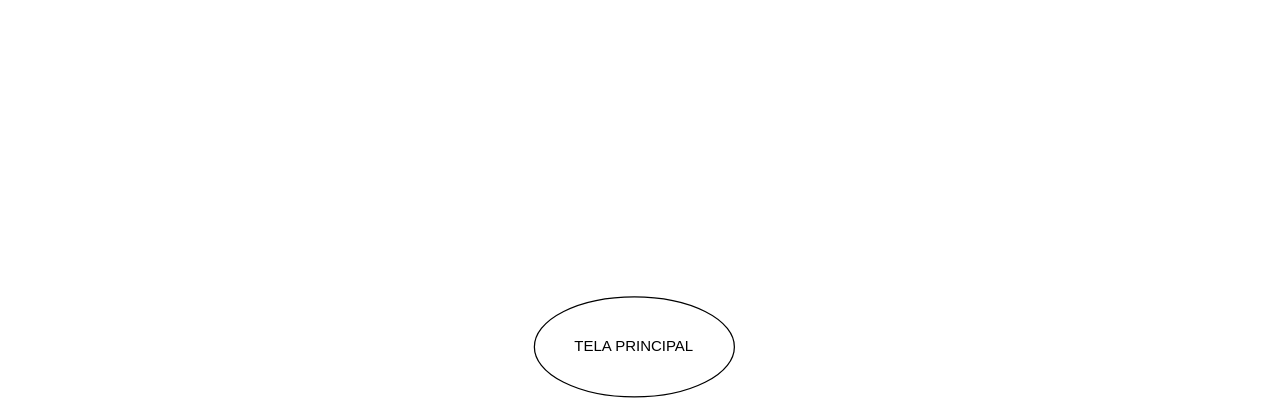
JoaoGans/DRAW.tcc keeps this draw.io diagram as Diagrama DE TELAS.drawio. Above is the earlier version. Source tidied: cells renumbered, new cells numbered last; positions are measured from the earlier drawing's top-left corner, leaving out a move shared by most shapes. Both pictures are drawn from the tidied source at 125%, with x=0, y=0 at pixel (534, 296).
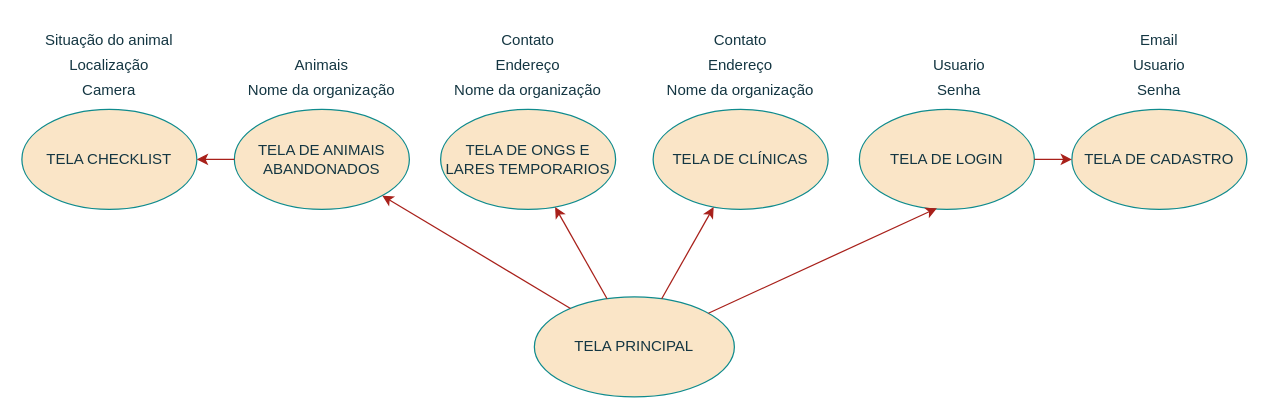
Above is the later version.

What changed in the source:
```diff
@@
-    <mxCell id="2" value="TELA PRINCIPAL" style="ellipse;whiteSpace=wrap;html=1;" parent="1" vertex="1">
+    <mxCell id="2" value="TELA PRINCIPAL" style="ellipse;whiteSpace=wrap;html=1;labelBackgroundColor=none;fillColor=#FAE5C7;strokeColor=#0F8B8D;fontColor=#143642;" parent="1" vertex="1">
       <mxGeometry width="160" height="80" as="geometry" />
     </mxCell>
+    <mxCell id="3" value="TELA DE ONGS E LARES TEMPORARIOS" style="ellipse;whiteSpace=wrap;html=1;labelBackgroundColor=none;fillColor=#FAE5C7;strokeColor=#0F8B8D;fontColor=#143642;" parent="1" vertex="1">
+      <mxGeometry x="-75" y="-150" width="140" height="80" as="geometry" />
+    </mxCell>
+    <mxCell id="4" value="TELA DE CLÍNICAS" style="ellipse;whiteSpace=wrap;html=1;labelBackgroundColor=none;fillColor=#FAE5C7;strokeColor=#0F8B8D;fontColor=#143642;" parent="1" vertex="1">
+      <mxGeometry x="95" y="-150" width="140" height="80" as="geometry" />
+    </mxCell>
+    <mxCell id="5" value="TELA DE LOGIN" style="ellipse;whiteSpace=wrap;html=1;labelBackgroundColor=none;fillColor=#FAE5C7;strokeColor=#0F8B8D;fontColor=#143642;" parent="1" vertex="1">
+      <mxGeometry x="260" y="-150" width="140" height="80" as="geometry" />
+    </mxCell>
+    <mxCell id="6" value="TELA DE ANIMAIS ABANDONADOS" style="ellipse;whiteSpace=wrap;html=1;labelBackgroundColor=none;fillColor=#FAE5C7;strokeColor=#0F8B8D;fontColor=#143642;" parent="1" vertex="1">
+      <mxGeometry x="-240" y="-150" width="140" height="80" as="geometry" />
+    </mxCell>
+    <mxCell id="7" style="endArrow=classic;html=1;rounded=0;labelBackgroundColor=none;strokeColor=#A8201A;fontColor=default;" parent="1" edge="1" source="2" target="3">
+      <mxGeometry relative="1" as="geometry" />
+    </mxCell>
+    <mxCell id="8" style="endArrow=classic;html=1;rounded=0;labelBackgroundColor=none;strokeColor=#A8201A;fontColor=default;" parent="1" edge="1" source="2" target="4">
+      <mxGeometry relative="1" as="geometry" />
+    </mxCell>
+    <mxCell id="9" style="endArrow=classic;html=1;rounded=0;entryX=0.443;entryY=0.988;entryDx=0;entryDy=0;entryPerimeter=0;labelBackgroundColor=none;strokeColor=#A8201A;fontColor=default;" parent="1" edge="1" source="2" target="5">
+      <mxGeometry relative="1" as="geometry" />
+    </mxCell>
+    <mxCell id="10" style="endArrow=classic;html=1;rounded=0;labelBackgroundColor=none;strokeColor=#A8201A;fontColor=default;" parent="1" edge="1" source="2" target="6">
+      <mxGeometry relative="1" as="geometry" />
+    </mxCell>
+    <mxCell id="11" value="TELA DE CADASTRO" style="ellipse;whiteSpace=wrap;html=1;labelBackgroundColor=none;fillColor=#FAE5C7;strokeColor=#0F8B8D;fontColor=#143642;" parent="1" vertex="1">
+      <mxGeometry x="430" y="-150" width="140" height="80" as="geometry" />
+    </mxCell>
+    <mxCell id="12" style="endArrow=classic;html=1;rounded=0;labelBackgroundColor=none;strokeColor=#A8201A;fontColor=default;" parent="1" edge="1" source="5" target="11">
+      <mxGeometry relative="1" as="geometry" />
+    </mxCell>
+    <mxCell id="13" value="Contato" style="text;html=1;align=center;verticalAlign=middle;whiteSpace=wrap;rounded=0;labelBackgroundColor=none;fontColor=#143642;" parent="1" vertex="1">
+      <mxGeometry x="-35" y="-220" width="60" height="30" as="geometry" />
+    </mxCell>
+    <mxCell id="14" value="Endereço" style="text;html=1;align=center;verticalAlign=middle;whiteSpace=wrap;rounded=0;labelBackgroundColor=none;fontColor=#143642;" parent="1" vertex="1">
+      <mxGeometry x="-35" y="-200" width="60" height="30" as="geometry" />
+    </mxCell>
+    <mxCell id="15" value="Nome da organização" style="text;html=1;align=center;verticalAlign=middle;whiteSpace=wrap;rounded=0;labelBackgroundColor=none;fontColor=#143642;" parent="1" vertex="1">
+      <mxGeometry x="-65" y="-180" width="120" height="30" as="geometry" />
+    </mxCell>
+    <mxCell id="16" value="Contato" style="text;html=1;align=center;verticalAlign=middle;whiteSpace=wrap;rounded=0;labelBackgroundColor=none;fontColor=#143642;" parent="1" vertex="1">
+      <mxGeometry x="135" y="-220" width="60" height="30" as="geometry" />
+    </mxCell>
+    <mxCell id="17" value="Endereço" style="text;html=1;align=center;verticalAlign=middle;whiteSpace=wrap;rounded=0;labelBackgroundColor=none;fontColor=#143642;" parent="1" vertex="1">
+      <mxGeometry x="135" y="-200" width="60" height="30" as="geometry" />
+    </mxCell>
+    <mxCell id="18" value="Nome da organização" style="text;html=1;align=center;verticalAlign=middle;whiteSpace=wrap;rounded=0;labelBackgroundColor=none;fontColor=#143642;" parent="1" vertex="1">
+      <mxGeometry x="105" y="-180" width="120" height="30" as="geometry" />
+    </mxCell>
+    <mxCell id="19" value="Animais" style="text;html=1;align=center;verticalAlign=middle;whiteSpace=wrap;rounded=0;labelBackgroundColor=none;fontColor=#143642;" parent="1" vertex="1">
+      <mxGeometry x="-200" y="-200" width="60" height="30" as="geometry" />
+    </mxCell>
+    <mxCell id="20" value="Nome da organização" style="text;html=1;align=center;verticalAlign=middle;whiteSpace=wrap;rounded=0;labelBackgroundColor=none;fontColor=#143642;" parent="1" vertex="1">
+      <mxGeometry x="-230" y="-180" width="120" height="30" as="geometry" />
+    </mxCell>
+    <mxCell id="21" value="Usuario" style="text;html=1;align=center;verticalAlign=middle;whiteSpace=wrap;rounded=0;labelBackgroundColor=none;fontColor=#143642;" parent="1" vertex="1">
+      <mxGeometry x="310" y="-200" width="60" height="30" as="geometry" />
+    </mxCell>
+    <mxCell id="22" value="Senha" style="text;html=1;align=center;verticalAlign=middle;whiteSpace=wrap;rounded=0;labelBackgroundColor=none;fontColor=#143642;" parent="1" vertex="1">
+      <mxGeometry x="280" y="-180" width="120" height="30" as="geometry" />
+    </mxCell>
+    <mxCell id="23" value="Usuario" style="text;html=1;align=center;verticalAlign=middle;whiteSpace=wrap;rounded=0;labelBackgroundColor=none;fontColor=#143642;" parent="1" vertex="1">
+      <mxGeometry x="470" y="-200" width="60" height="30" as="geometry" />
+    </mxCell>
+    <mxCell id="24" value="Senha" style="text;html=1;align=center;verticalAlign=middle;whiteSpace=wrap;rounded=0;labelBackgroundColor=none;fontColor=#143642;" parent="1" vertex="1">
+      <mxGeometry x="440" y="-180" width="120" height="30" as="geometry" />
+    </mxCell>
+    <mxCell id="25" value="Email" style="text;html=1;align=center;verticalAlign=middle;whiteSpace=wrap;rounded=0;labelBackgroundColor=none;fontColor=#143642;" parent="1" vertex="1">
+      <mxGeometry x="470" y="-220" width="60" height="30" as="geometry" />
+    </mxCell>
+    <mxCell id="26" value="TELA CHECKLIST" style="ellipse;whiteSpace=wrap;html=1;labelBackgroundColor=none;fillColor=#FAE5C7;strokeColor=#0F8B8D;fontColor=#143642;" parent="1" vertex="1">
+      <mxGeometry x="-410" y="-150" width="140" height="80" as="geometry" />
+    </mxCell>
+    <mxCell id="27" style="endArrow=classic;html=1;rounded=0;labelBackgroundColor=none;strokeColor=#A8201A;fontColor=default;" parent="1" edge="1" source="6" target="26">
+      <mxGeometry relative="1" as="geometry" />
+    </mxCell>
+    <mxCell id="28" value="Camera" style="text;html=1;align=center;verticalAlign=middle;whiteSpace=wrap;rounded=0;labelBackgroundColor=none;fontColor=#143642;" parent="1" vertex="1">
+      <mxGeometry x="-370" y="-180" width="60" height="30" as="geometry" />
+    </mxCell>
+    <mxCell id="29" value="Localização" style="text;html=1;align=center;verticalAlign=middle;whiteSpace=wrap;rounded=0;labelBackgroundColor=none;fontColor=#143642;" parent="1" vertex="1">
+      <mxGeometry x="-370" y="-200" width="60" height="30" as="geometry" />
+    </mxCell>
+    <mxCell id="30" value="Situação do animal" style="text;html=1;align=center;verticalAlign=middle;whiteSpace=wrap;rounded=0;labelBackgroundColor=none;fontColor=#143642;" parent="1" vertex="1">
+      <mxGeometry x="-400" y="-220" width="120" height="30" as="geometry" />
+    </mxCell>
```
